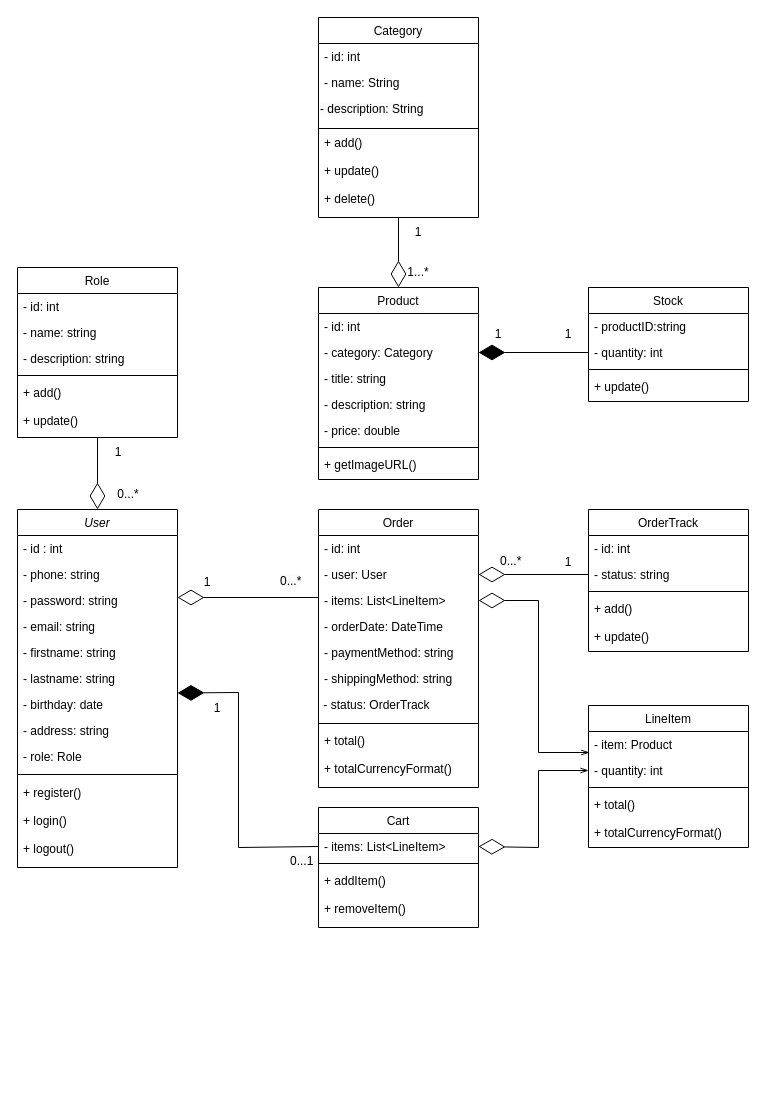
The draw.io diagram WEB.drawio in Bisoo12300/web_project_ERD, before the edit. Source tidied: cells renumbered, new cells numbered last; positions are measured from the earlier drawing's top-left corner, leaving out a move shared by most shapes. Both pictures are drawn from the tidied source at 100%, with x=0, y=0 at pixel (17, 17).
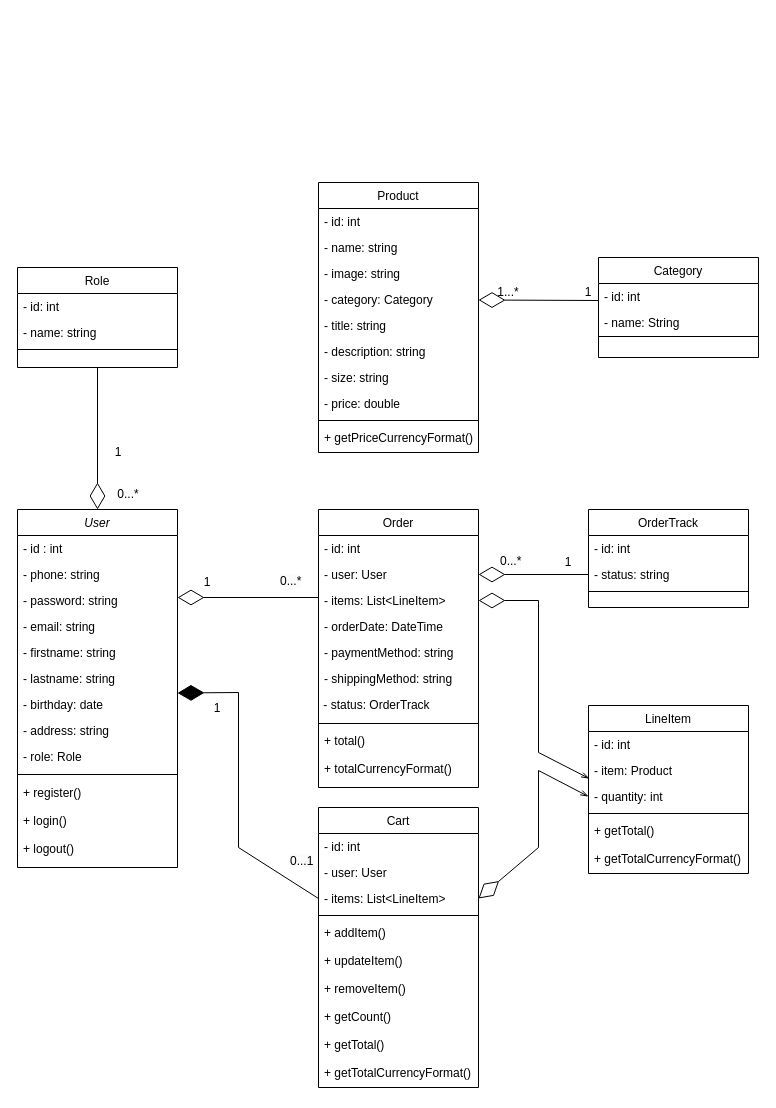
Above is the later version.

Commit message:
Cập nhật WEB.drawio

Diff of the diagram source:
```diff
@@
     <mxCell id="16" value="Role" style="swimlane;fontStyle=0;align=center;verticalAlign=top;horizontal=1;startSize=26;rounded=0;shadow=0;strokeWidth=1;" parent="1" vertex="1">
-      <mxGeometry y="250" width="160" height="170" as="geometry" />
+      <mxGeometry y="250" width="160" height="100" as="geometry" />
     </mxCell>
@@
-    <mxCell id="19" value="- description: string" style="text;align=left;verticalAlign=top;spacingLeft=4;spacingRight=4;overflow=hidden;rounded=0;shadow=0;html=0;" parent="16" vertex="1">
-      <mxGeometry y="78" width="160" height="26" as="geometry" />
-    </mxCell>
     <mxCell id="20" style="line;html=1;strokeWidth=1;align=left;verticalAlign=middle;spacingTop=-1;spacingLeft=3;spacingRight=3;labelPosition=right;" parent="16" vertex="1">
-      <mxGeometry y="104" width="160" height="8" as="geometry" />
+      <mxGeometry y="78" width="160" height="8" as="geometry" />
     </mxCell>
-    <mxCell id="21" value="+ add()" style="text;align=left;verticalAlign=top;spacingLeft=4;spacingRight=4;overflow=hidden;rounded=0;shadow=0;html=0;" parent="16" vertex="1">
-      <mxGeometry y="112" width="160" height="28" as="geometry" />
-    </mxCell>
-    <mxCell id="22" value="+ update()" style="text;align=left;verticalAlign=top;spacingLeft=4;spacingRight=4;overflow=hidden;rounded=0;shadow=0;html=0;" parent="16" vertex="1">
-      <mxGeometry y="140" width="160" height="28" as="geometry" />
-    </mxCell>
@@
     <mxCell id="26" value="Cart" style="swimlane;fontStyle=0;align=center;verticalAlign=top;horizontal=1;startSize=26;rounded=0;shadow=0;strokeWidth=1;" parent="1" vertex="1">
-      <mxGeometry x="301" y="790" width="160" height="120" as="geometry" />
+      <mxGeometry x="301" y="790" width="160" height="280" as="geometry" />
     </mxCell>
+    <mxCell id="92" value="- id: int" style="text;align=left;verticalAlign=top;spacingLeft=4;spacingRight=4;overflow=hidden;" parent="26" vertex="1">
+      <mxGeometry y="26" width="160" height="26" as="geometry" />
+    </mxCell>
+    <mxCell id="93" value="- user: User" style="text;align=left;verticalAlign=top;spacingLeft=4;spacingRight=4;overflow=hidden;rounded=0;shadow=0;html=0;" parent="26" vertex="1">
+      <mxGeometry y="52" width="160" height="26" as="geometry" />
+    </mxCell>
     <mxCell id="27" value="- items: List&lt;LineItem&gt;" style="text;align=left;verticalAlign=top;spacingLeft=4;spacingRight=4;overflow=hidden;points=[[0,0.5],[1,0.5]];portConstraint=eastwest;" parent="26" vertex="1">
-      <mxGeometry y="26" width="160" height="26" as="geometry" />
+      <mxGeometry y="78" width="160" height="26" as="geometry" />
     </mxCell>
     <mxCell id="28" style="line;html=1;strokeWidth=1;align=left;verticalAlign=middle;spacingTop=-1;spacingLeft=3;spacingRight=3;labelPosition=right;" parent="26" vertex="1">
-      <mxGeometry y="52" width="160" height="8" as="geometry" />
+      <mxGeometry y="104" width="160" height="8" as="geometry" />
     </mxCell>
+    <mxCell id="94" value="+ addItem()" style="text;align=left;verticalAlign=top;spacingLeft=4;spacingRight=4;overflow=hidden;rounded=0;shadow=0;html=0;" parent="26" vertex="1">
+      <mxGeometry y="112" width="160" height="28" as="geometry" />
+    </mxCell>
-    <mxCell id="29" value="+ addItem()" style="text;align=left;verticalAlign=top;spacingLeft=4;spacingRight=4;overflow=hidden;rounded=0;shadow=0;html=0;" parent="26" vertex="1">
-      <mxGeometry y="60" width="160" height="28" as="geometry" />
+    <mxCell id="29" value="+ updateItem()" style="text;align=left;verticalAlign=top;spacingLeft=4;spacingRight=4;overflow=hidden;rounded=0;shadow=0;html=0;" parent="26" vertex="1">
+      <mxGeometry y="140" width="160" height="28" as="geometry" />
     </mxCell>
     <mxCell id="30" value="+ removeItem()" style="text;align=left;verticalAlign=top;spacingLeft=4;spacingRight=4;overflow=hidden;rounded=0;shadow=0;html=0;" parent="26" vertex="1">
-      <mxGeometry y="88" width="160" height="28" as="geometry" />
+      <mxGeometry y="168" width="160" height="28" as="geometry" />
     </mxCell>
+    <mxCell id="95" value="+ getCount()" style="text;align=left;verticalAlign=top;spacingLeft=4;spacingRight=4;overflow=hidden;rounded=0;shadow=0;html=0;" parent="26" vertex="1">
+      <mxGeometry y="196" width="160" height="28" as="geometry" />
+    </mxCell>
+    <mxCell id="96" value="+ getTotal()" style="text;align=left;verticalAlign=top;spacingLeft=4;spacingRight=4;overflow=hidden;rounded=0;shadow=0;html=0;" parent="26" vertex="1">
+      <mxGeometry y="224" width="160" height="28" as="geometry" />
+    </mxCell>
+    <mxCell id="97" value="+ getTotalCurrencyFormat()" style="text;align=left;verticalAlign=top;spacingLeft=4;spacingRight=4;overflow=hidden;rounded=0;shadow=0;html=0;" parent="26" vertex="1">
+      <mxGeometry y="252" width="160" height="28" as="geometry" />
+    </mxCell>
     <mxCell id="31" value="LineItem" style="swimlane;fontStyle=0;align=center;verticalAlign=top;horizontal=1;startSize=26;rounded=0;shadow=0;strokeWidth=1;" parent="1" vertex="1">
-      <mxGeometry x="571" y="688" width="160" height="142" as="geometry" />
+      <mxGeometry x="571" y="688" width="160" height="168" as="geometry" />
     </mxCell>
+    <mxCell id="98" value="- id: int" style="text;align=left;verticalAlign=top;spacingLeft=4;spacingRight=4;overflow=hidden;" parent="31" vertex="1">
+      <mxGeometry y="26" width="160" height="26" as="geometry" />
+    </mxCell>
     <mxCell id="32" value="- item: Product" style="text;align=left;verticalAlign=top;spacingLeft=4;spacingRight=4;overflow=hidden;points=[[0,0.5],[1,0.5]];portConstraint=eastwest;" parent="31" vertex="1">
-      <mxGeometry y="26" width="160" height="26" as="geometry" />
+      <mxGeometry y="52" width="160" height="26" as="geometry" />
     </mxCell>
     <mxCell id="33" value="- quantity: int" style="text;align=left;verticalAlign=top;spacingLeft=4;spacingRight=4;overflow=hidden;points=[[0,0.5],[1,0.5]];portConstraint=eastwest;" parent="31" vertex="1">
-      <mxGeometry y="52" width="160" height="26" as="geometry" />
+      <mxGeometry y="78" width="160" height="26" as="geometry" />
     </mxCell>
     <mxCell id="34" style="line;html=1;strokeWidth=1;align=left;verticalAlign=middle;spacingTop=-1;spacingLeft=3;spacingRight=3;labelPosition=right;" parent="31" vertex="1">
-      <mxGeometry y="78" width="160" height="8" as="geometry" />
+      <mxGeometry y="104" width="160" height="8" as="geometry" />
     </mxCell>
-    <mxCell id="35" value="+ total()" style="text;align=left;verticalAlign=top;spacingLeft=4;spacingRight=4;overflow=hidden;rounded=0;shadow=0;html=0;" parent="31" vertex="1">
-      <mxGeometry y="86" width="160" height="28" as="geometry" />
+    <mxCell id="35" value="+ getTotal()" style="text;align=left;verticalAlign=top;spacingLeft=4;spacingRight=4;overflow=hidden;rounded=0;shadow=0;html=0;" parent="31" vertex="1">
+      <mxGeometry y="112" width="160" height="28" as="geometry" />
     </mxCell>
-    <mxCell id="36" value="+ totalCurrencyFormat()" style="text;align=left;verticalAlign=top;spacingLeft=4;spacingRight=4;overflow=hidden;rounded=0;shadow=0;html=0;" parent="31" vertex="1">
-      <mxGeometry y="114" width="160" height="28" as="geometry" />
+    <mxCell id="36" value="+ getTotalCurrencyFormat()" style="text;align=left;verticalAlign=top;spacingLeft=4;spacingRight=4;overflow=hidden;rounded=0;shadow=0;html=0;" parent="31" vertex="1">
+      <mxGeometry y="140" width="160" height="28" as="geometry" />
     </mxCell>
     <mxCell id="37" value="Product" style="swimlane;fontStyle=0;align=center;verticalAlign=top;horizontal=1;startSize=26;rounded=0;shadow=0;strokeWidth=1;" parent="1" vertex="1">
-      <mxGeometry x="301" y="270" width="160" height="192" as="geometry" />
+      <mxGeometry x="301" y="165" width="160" height="270" as="geometry" />
     </mxCell>
@@
+    <mxCell id="99" value="- name: string" style="text;align=left;verticalAlign=top;spacingLeft=4;spacingRight=4;overflow=hidden;" parent="37" vertex="1">
+      <mxGeometry y="52" width="160" height="26" as="geometry" />
+    </mxCell>
+    <mxCell id="100" value="- image: string" style="text;align=left;verticalAlign=top;spacingLeft=4;spacingRight=4;overflow=hidden;" parent="37" vertex="1">
+      <mxGeometry y="78" width="160" height="26" as="geometry" />
+    </mxCell>
     <mxCell id="39" value="- category: Category" style="text;align=left;verticalAlign=top;spacingLeft=4;spacingRight=4;overflow=hidden;points=[[0,0.5],[1,0.5]];portConstraint=eastwest;rounded=0;shadow=0;html=0;" parent="37" vertex="1">
-      <mxGeometry y="52" width="160" height="26" as="geometry" />
+      <mxGeometry y="104" width="160" height="26" as="geometry" />
     </mxCell>
     <mxCell id="40" value="- title: string" style="text;align=left;verticalAlign=top;spacingLeft=4;spacingRight=4;overflow=hidden;rounded=0;shadow=0;html=0;" parent="37" vertex="1">
-      <mxGeometry y="78" width="160" height="26" as="geometry" />
+      <mxGeometry y="130" width="160" height="26" as="geometry" />
     </mxCell>
     <mxCell id="41" value="- description: string" style="text;align=left;verticalAlign=top;spacingLeft=4;spacingRight=4;overflow=hidden;rounded=0;shadow=0;html=0;" parent="37" vertex="1">
-      <mxGeometry y="104" width="160" height="26" as="geometry" />
+      <mxGeometry y="156" width="160" height="26" as="geometry" />
     </mxCell>
+    <mxCell id="101" value="- size: string" style="text;align=left;verticalAlign=top;spacingLeft=4;spacingRight=4;overflow=hidden;" parent="37" vertex="1">
+      <mxGeometry y="182" width="160" height="26" as="geometry" />
+    </mxCell>
     <mxCell id="42" value="- price: double" style="text;align=left;verticalAlign=top;spacingLeft=4;spacingRight=4;overflow=hidden;rounded=0;shadow=0;html=0;" parent="37" vertex="1">
-      <mxGeometry y="130" width="160" height="26" as="geometry" />
+      <mxGeometry y="208" width="160" height="26" as="geometry" />
     </mxCell>
     <mxCell id="43" style="line;html=1;strokeWidth=1;align=left;verticalAlign=middle;spacingTop=-1;spacingLeft=3;spacingRight=3;labelPosition=right;" parent="37" vertex="1">
-      <mxGeometry y="156" width="160" height="8" as="geometry" />
+      <mxGeometry y="234" width="160" height="8" as="geometry" />
     </mxCell>
-    <mxCell id="44" value="+ getImageURL()" style="text;align=left;verticalAlign=top;spacingLeft=4;spacingRight=4;overflow=hidden;rounded=0;shadow=0;html=0;" parent="37" vertex="1">
-      <mxGeometry y="164" width="160" height="28" as="geometry" />
+    <mxCell id="44" value="+ getPriceCurrencyFormat()" style="text;align=left;verticalAlign=top;spacingLeft=4;spacingRight=4;overflow=hidden;rounded=0;shadow=0;html=0;" parent="37" vertex="1">
+      <mxGeometry y="242" width="160" height="28" as="geometry" />
     </mxCell>
     <mxCell id="45" value="Category" style="swimlane;fontStyle=0;align=center;verticalAlign=top;horizontal=1;startSize=26;rounded=0;shadow=0;strokeWidth=1;" parent="1" vertex="1">
-      <mxGeometry x="301" width="160" height="200" as="geometry" />
+      <mxGeometry x="581" y="240" width="160" height="100" as="geometry" />
     </mxCell>
@@
-    <mxCell id="48" value="&lt;span style=&quot;color: rgb(0, 0, 0); font-family: Helvetica; font-size: 12px; font-style: normal; font-variant-ligatures: normal; font-variant-caps: normal; font-weight: 400; letter-spacing: normal; orphans: 2; text-align: left; text-indent: 0px; text-transform: none; widows: 2; word-spacing: 0px; -webkit-text-stroke-width: 0px; background-color: rgb(251, 251, 251); text-decoration-thickness: initial; text-decoration-style: initial; text-decoration-color: initial; float: none; display: inline !important;&quot;&gt;- description: String&lt;/span&gt;" style="text;whiteSpace=wrap;html=1;" parent="45" vertex="1">
-      <mxGeometry y="78" width="160" height="32" as="geometry" />
-    </mxCell>
     <mxCell id="49" style="line;html=1;strokeWidth=1;align=left;verticalAlign=middle;spacingTop=-1;spacingLeft=3;spacingRight=3;labelPosition=right;" parent="45" vertex="1">
-      <mxGeometry y="110" width="160" height="2" as="geometry" />
+      <mxGeometry y="78" width="160" height="2" as="geometry" />
     </mxCell>
-    <mxCell id="50" value="+ add()" style="text;align=left;verticalAlign=top;spacingLeft=4;spacingRight=4;overflow=hidden;rounded=0;shadow=0;html=0;" parent="45" vertex="1">
-      <mxGeometry y="112" width="160" height="28" as="geometry" />
-    </mxCell>
-    <mxCell id="51" value="+ update()" style="text;align=left;verticalAlign=top;spacingLeft=4;spacingRight=4;overflow=hidden;rounded=0;shadow=0;html=0;" parent="45" vertex="1">
-      <mxGeometry y="140" width="160" height="28" as="geometry" />
-    </mxCell>
-    <mxCell id="52" value="+ delete()" style="text;align=left;verticalAlign=top;spacingLeft=4;spacingRight=4;overflow=hidden;rounded=0;shadow=0;html=0;" parent="45" vertex="1">
-      <mxGeometry y="168" width="160" height="28" as="geometry" />
-    </mxCell>
-    <mxCell id="53" style="endArrow=diamondThin;endFill=0;endSize=24;html=1;rounded=0;entryX=0.5;entryY=0;entryDx=0;entryDy=0;exitX=0.5;exitY=1;exitDx=0;exitDy=0;" parent="1" edge="1" source="45" target="37">
-      <mxGeometry relative="1" as="geometry" />
+    <mxCell id="53" style="endArrow=diamondThin;endFill=0;endSize=24;html=1;rounded=0;entryX=0;entryY=0.75;entryDx=0;entryDy=0;" parent="1" edge="1" target="55">
+      <mxGeometry relative="1" as="geometry">
+        <mxPoint x="581" y="283" as="sourcePoint" />
+      </mxGeometry>
     </mxCell>
     <mxCell id="54" value="1" style="text;html=1;strokeColor=none;fillColor=none;align=center;verticalAlign=middle;whiteSpace=wrap;rounded=0;" parent="1" vertex="1">
-      <mxGeometry x="371" y="200" width="60" height="30" as="geometry" />
+      <mxGeometry x="541" y="260" width="60" height="30" as="geometry" />
     </mxCell>
     <mxCell id="55" value="1...*" style="text;html=1;strokeColor=none;fillColor=none;align=center;verticalAlign=middle;whiteSpace=wrap;rounded=0;" parent="1" vertex="1">
-      <mxGeometry x="371" y="240" width="60" height="30" as="geometry" />
+      <mxGeometry x="461" y="260" width="60" height="30" as="geometry" />
     </mxCell>
-    <mxCell id="56" value="Stock" style="swimlane;fontStyle=0;align=center;verticalAlign=top;horizontal=1;startSize=26;rounded=0;shadow=0;strokeWidth=1;" parent="1" vertex="1">
-      <mxGeometry x="571" y="270" width="160" height="114" as="geometry" />
-    </mxCell>
-    <mxCell id="57" value="- productID:string " style="text;align=left;verticalAlign=top;spacingLeft=4;spacingRight=4;overflow=hidden;" parent="56" vertex="1">
-      <mxGeometry y="26" width="160" height="26" as="geometry" />
-    </mxCell>
-    <mxCell id="58" value="- quantity: int" style="text;align=left;verticalAlign=top;spacingLeft=4;spacingRight=4;overflow=hidden;points=[[0,0.5],[1,0.5]];portConstraint=eastwest;" parent="56" vertex="1">
-      <mxGeometry y="52" width="160" height="26" as="geometry" />
-    </mxCell>
-    <mxCell id="59" style="line;html=1;strokeWidth=1;align=left;verticalAlign=middle;spacingTop=-1;spacingLeft=3;spacingRight=3;labelPosition=right;" parent="56" vertex="1">
-      <mxGeometry y="78" width="160" height="8" as="geometry" />
-    </mxCell>
-    <mxCell id="60" value="+ update()" style="text;align=left;verticalAlign=top;spacingLeft=4;spacingRight=4;overflow=hidden;rounded=0;shadow=0;html=0;" parent="56" vertex="1">
-      <mxGeometry y="86" width="160" height="28" as="geometry" />
-    </mxCell>
-    <mxCell id="61" style="endArrow=diamondThin;endFill=1;endSize=24;html=1;rounded=0;entryX=1;entryY=0.5;entryDx=0;entryDy=0;exitX=0;exitY=0.5;exitDx=0;exitDy=0;" parent="1" edge="1" source="58" target="39">
-      <mxGeometry relative="1" as="geometry" />
-    </mxCell>
-    <mxCell id="62" value="1" style="text;html=1;strokeColor=none;fillColor=none;align=center;verticalAlign=middle;whiteSpace=wrap;rounded=0;" parent="1" vertex="1">
-      <mxGeometry x="451" y="302" width="60" height="30" as="geometry" />
-    </mxCell>
-    <mxCell id="63" value="1" style="text;html=1;strokeColor=none;fillColor=none;align=center;verticalAlign=middle;whiteSpace=wrap;rounded=0;" parent="1" vertex="1">
-      <mxGeometry x="521" y="302" width="60" height="30" as="geometry" />
-    </mxCell>
@@
     <mxCell id="81" value="OrderTrack" style="swimlane;fontStyle=0;align=center;verticalAlign=top;horizontal=1;startSize=26;rounded=0;shadow=0;strokeWidth=1;" parent="1" vertex="1">
-      <mxGeometry x="571" y="492" width="160" height="142" as="geometry" />
+      <mxGeometry x="571" y="492" width="160" height="98" as="geometry" />
     </mxCell>
@@
-    <mxCell id="85" value="+ add()" style="text;align=left;verticalAlign=top;spacingLeft=4;spacingRight=4;overflow=hidden;rounded=0;shadow=0;html=0;" parent="81" vertex="1">
-      <mxGeometry y="86" width="160" height="28" as="geometry" />
-    </mxCell>
-    <mxCell id="86" value="+ update()" style="text;align=left;verticalAlign=top;spacingLeft=4;spacingRight=4;overflow=hidden;rounded=0;shadow=0;html=0;" parent="81" vertex="1">
-      <mxGeometry y="114" width="160" height="28" as="geometry" />
-    </mxCell>
```
